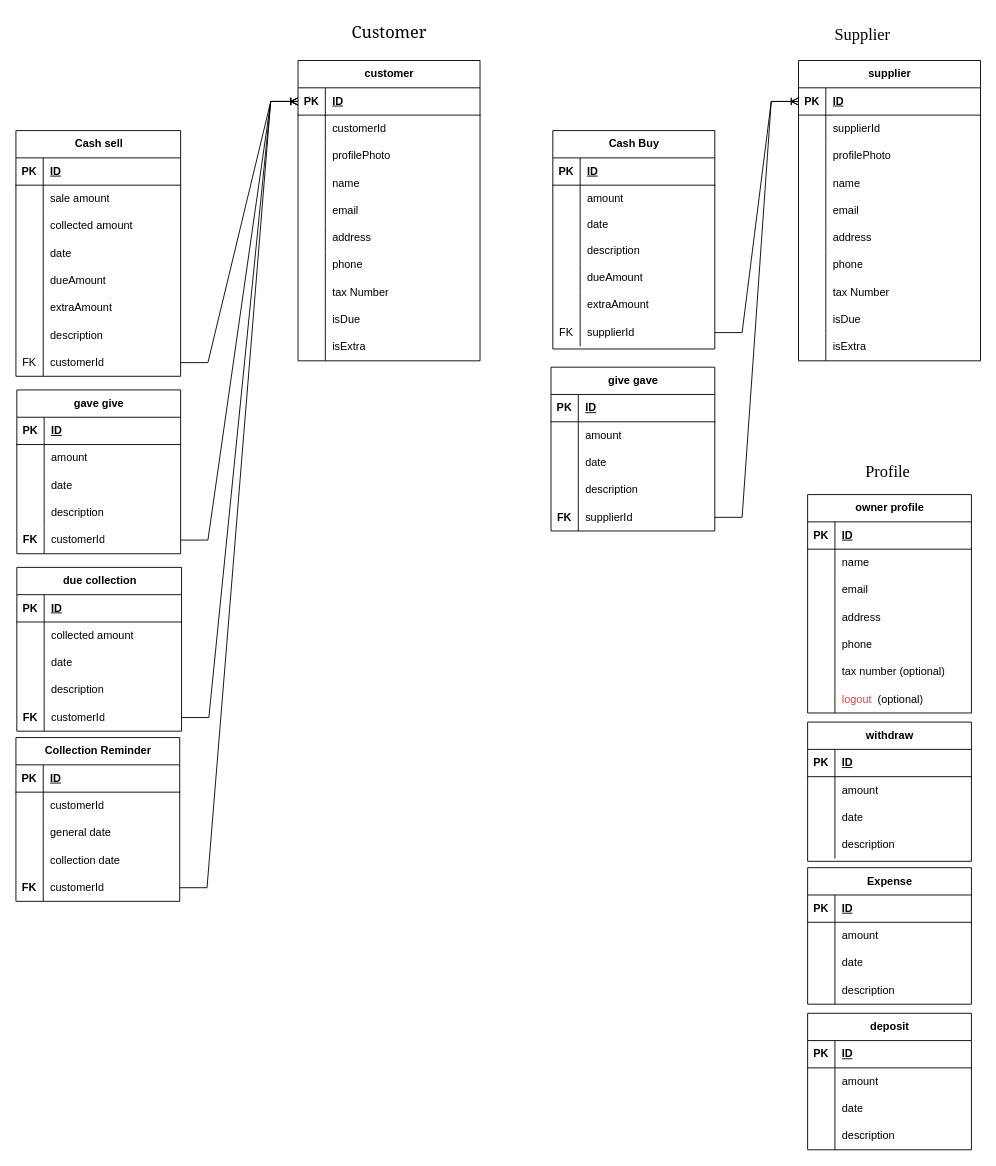
devsrakib/esBook keeps this draw.io diagram as databases/diagram.drawio. Above is the earlier version. Source tidied: cells renumbered, new cells numbered last; positions are measured from the earlier drawing's top-left corner, leaving out a move shared by most shapes. Both pictures are drawn from the tidied source at 91%, with x=0, y=0 at pixel (15, 15).
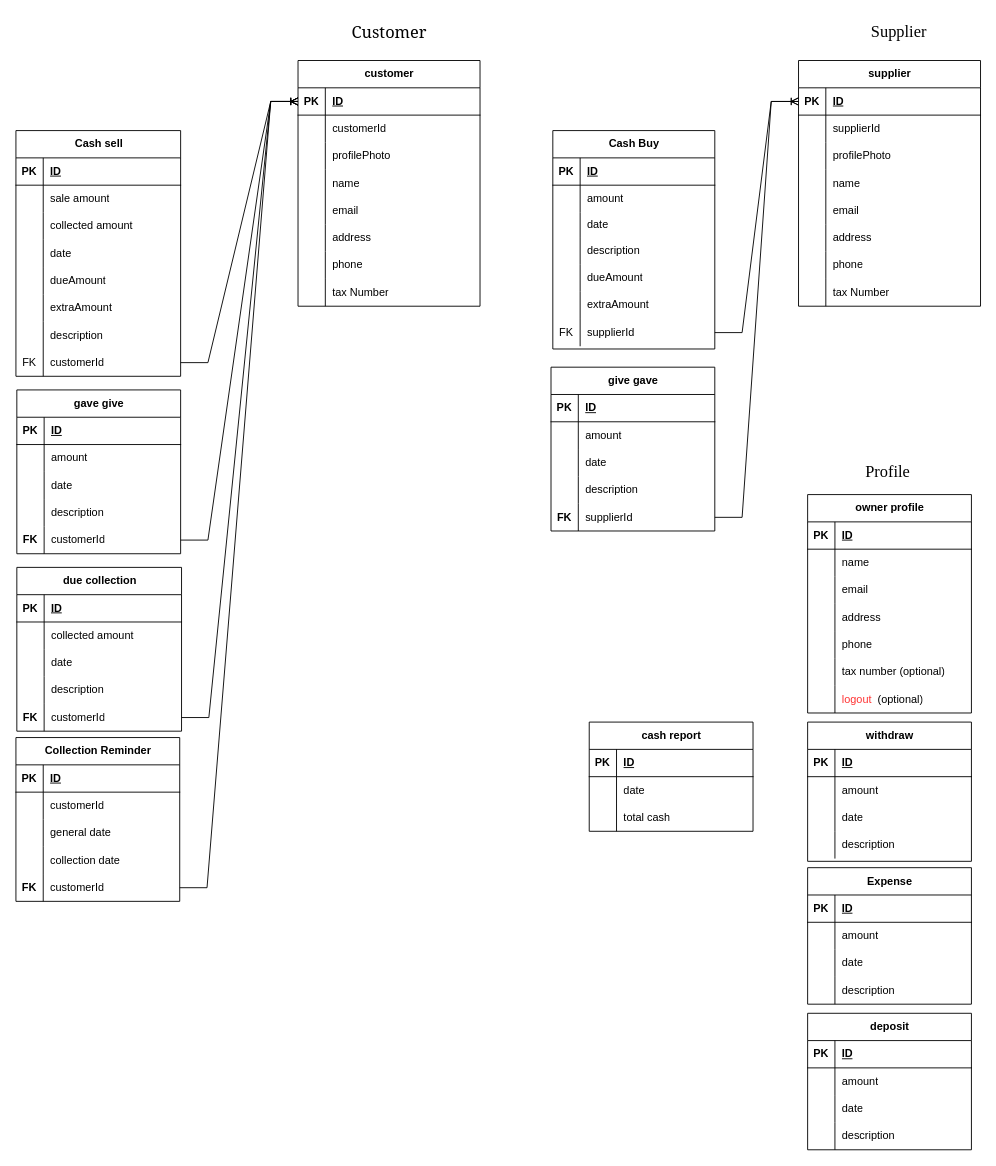
The same page after the edit.

What changed in the source:
```diff
@@
     <mxCell id="2" value="customer" style="shape=table;startSize=30;childLayout=tableLayout;rowLines=0;fontStyle=1;align=center;html=1;flipH=0;flipV=0;" parent="1" vertex="1">
-      <mxGeometry x="310" y="49" width="200" height="330" as="geometry" />
+      <mxGeometry x="310" y="49" width="200" height="270" as="geometry" />
     </mxCell>
@@
-    <mxCell id="27" style="shape=tableRow;horizontal=0;startSize=0;swimlaneHead=0;swimlaneBody=0;fillColor=none;top=0;left=0;right=0;bottom=0;" parent="2" vertex="1">
-      <mxGeometry y="270" width="200" height="30" as="geometry" />
-    </mxCell>
-    <mxCell id="28" style="shape=partialRectangle;fillColor=none;top=0;left=0;bottom=0;right=0;overflow=hidden;whiteSpace=wrap;html=1;" parent="27" vertex="1">
-      <mxGeometry width="30" height="30" as="geometry" />
-    </mxCell>
-    <mxCell id="29" value="isDue" style="shape=partialRectangle;fillColor=none;top=0;left=0;bottom=0;right=0;align=left;spacingLeft=6;overflow=hidden;whiteSpace=wrap;html=1;" parent="27" vertex="1">
-      <mxGeometry x="30" width="170" height="30" as="geometry" />
-    </mxCell>
-    <mxCell id="30" style="shape=tableRow;horizontal=0;startSize=0;swimlaneHead=0;swimlaneBody=0;fillColor=none;top=0;left=0;right=0;bottom=0;" parent="2" vertex="1">
-      <mxGeometry y="300" width="200" height="30" as="geometry" />
-    </mxCell>
-    <mxCell id="31" style="shape=partialRectangle;fillColor=none;top=0;left=0;bottom=0;right=0;overflow=hidden;whiteSpace=wrap;html=1;" parent="30" vertex="1">
-      <mxGeometry width="30" height="30" as="geometry" />
-    </mxCell>
-    <mxCell id="32" value="isExtra" style="shape=partialRectangle;fillColor=none;top=0;left=0;bottom=0;right=0;align=left;spacingLeft=6;overflow=hidden;whiteSpace=wrap;html=1;" parent="30" vertex="1">
-      <mxGeometry x="30" width="170" height="30" as="geometry" />
-    </mxCell>
@@
     <mxCell id="58" value="supplier" style="shape=table;startSize=30;childLayout=tableLayout;rowLines=0;fontStyle=1;align=center;html=1;flipH=0;flipV=0;" parent="1" vertex="1">
-      <mxGeometry x="860" y="49" width="200" height="330" as="geometry" />
+      <mxGeometry x="860" y="49" width="200" height="270" as="geometry" />
     </mxCell>
@@
-    <mxCell id="83" style="shape=tableRow;horizontal=0;startSize=0;swimlaneHead=0;swimlaneBody=0;fillColor=none;top=0;left=0;right=0;bottom=0;" parent="58" vertex="1">
-      <mxGeometry y="270" width="200" height="30" as="geometry" />
-    </mxCell>
-    <mxCell id="84" style="shape=partialRectangle;fillColor=none;top=0;left=0;bottom=0;right=0;overflow=hidden;whiteSpace=wrap;html=1;" parent="83" vertex="1">
-      <mxGeometry width="30" height="30" as="geometry" />
-    </mxCell>
-    <mxCell id="85" value="isDue" style="shape=partialRectangle;fillColor=none;top=0;left=0;bottom=0;right=0;align=left;spacingLeft=6;overflow=hidden;whiteSpace=wrap;html=1;" parent="83" vertex="1">
-      <mxGeometry x="30" width="170" height="30" as="geometry" />
-    </mxCell>
-    <mxCell id="86" style="shape=tableRow;horizontal=0;startSize=0;swimlaneHead=0;swimlaneBody=0;fillColor=none;top=0;left=0;right=0;bottom=0;" parent="58" vertex="1">
-      <mxGeometry y="300" width="200" height="30" as="geometry" />
-    </mxCell>
-    <mxCell id="87" style="shape=partialRectangle;fillColor=none;top=0;left=0;bottom=0;right=0;overflow=hidden;whiteSpace=wrap;html=1;" parent="86" vertex="1">
-      <mxGeometry width="30" height="30" as="geometry" />
-    </mxCell>
-    <mxCell id="88" value="isExtra" style="shape=partialRectangle;fillColor=none;top=0;left=0;bottom=0;right=0;align=left;spacingLeft=6;overflow=hidden;whiteSpace=wrap;html=1;" parent="86" vertex="1">
-      <mxGeometry x="30" width="170" height="30" as="geometry" />
-    </mxCell>
@@
     <mxCell id="220" value="&lt;font style=&quot;font-size: 18px;&quot; face=&quot;Garamond&quot;&gt;Supplier&lt;/font&gt;" style="text;html=1;align=center;verticalAlign=middle;strokeColor=none;fillColor=none;" parent="1" vertex="1">
-      <mxGeometry x="890" y="6" width="80" height="30" as="geometry" />
+      <mxGeometry x="930" y="3" width="80" height="30" as="geometry" />
     </mxCell>
@@
+    <mxCell id="245" value="cash report" style="shape=table;startSize=30;childLayout=tableLayout;rowLines=0;fontStyle=1;align=center;html=1;" parent="1" vertex="1">
+      <mxGeometry x="630" y="776" width="180" height="120" as="geometry" />
+    </mxCell>
+    <mxCell id="246" style="shape=tableRow;horizontal=0;startSize=0;swimlaneHead=0;swimlaneBody=0;fillColor=none;top=0;left=0;right=0;bottom=1;" parent="245" vertex="1">
+      <mxGeometry y="30" width="180" height="30" as="geometry" />
+    </mxCell>
+    <mxCell id="247" value="PK" style="shape=partialRectangle;fillColor=none;top=0;left=0;bottom=0;right=0;fontStyle=1;overflow=hidden;whiteSpace=wrap;html=1;" parent="246" vertex="1">
+      <mxGeometry width="30" height="30" as="geometry" />
+    </mxCell>
+    <mxCell id="248" value="ID" style="shape=partialRectangle;fillColor=none;top=0;left=0;bottom=0;right=0;align=left;spacingLeft=6;fontStyle=5;overflow=hidden;whiteSpace=wrap;html=1;" parent="246" vertex="1">
+      <mxGeometry x="30" width="150" height="30" as="geometry" />
+    </mxCell>
+    <mxCell id="249" style="shape=tableRow;horizontal=0;startSize=0;swimlaneHead=0;swimlaneBody=0;fillColor=none;top=0;left=0;right=0;bottom=0;" parent="245" vertex="1">
+      <mxGeometry y="60" width="180" height="30" as="geometry" />
+    </mxCell>
+    <mxCell id="250" style="shape=partialRectangle;fillColor=none;top=0;left=0;bottom=0;right=0;overflow=hidden;whiteSpace=wrap;html=1;" parent="249" vertex="1">
+      <mxGeometry width="30" height="30" as="geometry" />
+    </mxCell>
+    <mxCell id="251" value="date" style="shape=partialRectangle;fillColor=none;top=0;left=0;bottom=0;right=0;align=left;spacingLeft=6;overflow=hidden;whiteSpace=wrap;html=1;" parent="249" vertex="1">
+      <mxGeometry x="30" width="150" height="30" as="geometry" />
+    </mxCell>
+    <mxCell id="252" style="shape=tableRow;horizontal=0;startSize=0;swimlaneHead=0;swimlaneBody=0;fillColor=none;top=0;left=0;right=0;bottom=0;" parent="245" vertex="1">
+      <mxGeometry y="90" width="180" height="30" as="geometry" />
+    </mxCell>
+    <mxCell id="253" style="shape=partialRectangle;fillColor=none;top=0;left=0;bottom=0;right=0;overflow=hidden;whiteSpace=wrap;html=1;" parent="252" vertex="1">
+      <mxGeometry width="30" height="30" as="geometry" />
+    </mxCell>
+    <mxCell id="254" value="total cash" style="shape=partialRectangle;fillColor=none;top=0;left=0;bottom=0;right=0;align=left;spacingLeft=6;overflow=hidden;whiteSpace=wrap;html=1;" parent="252" vertex="1">
+      <mxGeometry x="30" width="150" height="30" as="geometry" />
+    </mxCell>
```
